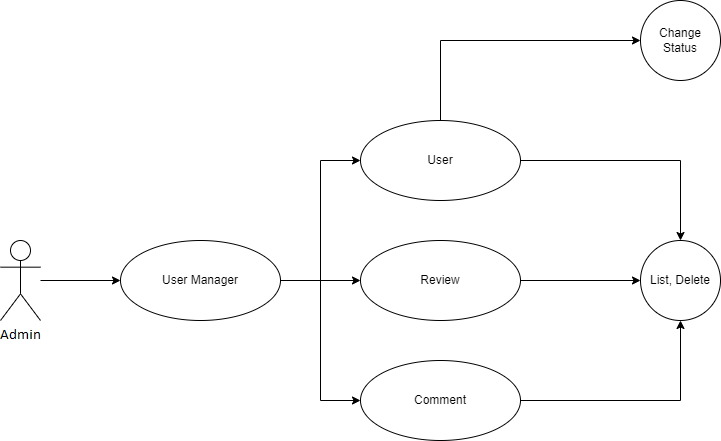
Above: Document/Use_Case_Admin/Use_Case_UserManager.png in Kutelata/DoAnTotNghiep (draw.io), before the change. Source tidied: cells renumbered, new cells last; positions are measured from the earlier drawing's top-left corner, leaving out a move shared by most shapes. Source of this version:
```xml
<mxGraphModel>
  <root>
    <mxCell id="0" />
    <mxCell id="1" parent="0" />
    <mxCell id="2" style="edgeStyle=orthogonalEdgeStyle;rounded=0;jettySize=auto;html=1;entryX=0;entryY=0.5;entryDx=0;entryDy=0;" parent="1" edge="1" source="3" target="10">
      <mxGeometry relative="1" as="geometry" />
    </mxCell>
    <mxCell id="3" value="User" style="shape=umlActor;verticalLabelPosition=bottom;verticalAlign=top;html=1;outlineConnect=0;" parent="1" vertex="1">
      <mxGeometry y="240" width="40" height="80" as="geometry" />
    </mxCell>
    <mxCell id="4" style="edgeStyle=orthogonalEdgeStyle;rounded=0;jettySize=auto;html=1;" parent="1" edge="1" source="6" target="15">
      <mxGeometry relative="1" as="geometry" />
    </mxCell>
    <mxCell id="5" style="edgeStyle=orthogonalEdgeStyle;rounded=0;jettySize=auto;html=1;entryX=0;entryY=0.5;entryDx=0;entryDy=0;exitX=0.5;exitY=0;exitDx=0;exitDy=0;" parent="1" edge="1" source="6" target="16">
      <mxGeometry relative="1" as="geometry" />
    </mxCell>
    <mxCell id="6" value="User" style="ellipse;whiteSpace=wrap;html=1;" parent="1" vertex="1">
      <mxGeometry x="360" y="120" width="160" height="80" as="geometry" />
    </mxCell>
    <mxCell id="7" style="edgeStyle=orthogonalEdgeStyle;rounded=0;jettySize=auto;html=1;entryX=0;entryY=0.5;entryDx=0;entryDy=0;" parent="1" edge="1" source="10" target="6">
      <mxGeometry relative="1" as="geometry" />
    </mxCell>
    <mxCell id="8" style="edgeStyle=orthogonalEdgeStyle;rounded=0;jettySize=auto;html=1;entryX=0;entryY=0.5;entryDx=0;entryDy=0;" parent="1" edge="1" source="10" target="12">
      <mxGeometry relative="1" as="geometry" />
    </mxCell>
    <mxCell id="9" style="edgeStyle=orthogonalEdgeStyle;rounded=0;jettySize=auto;html=1;entryX=0;entryY=0.5;entryDx=0;entryDy=0;" parent="1" edge="1" source="10" target="14">
      <mxGeometry relative="1" as="geometry" />
    </mxCell>
    <mxCell id="10" value="User Manager" style="ellipse;whiteSpace=wrap;html=1;" parent="1" vertex="1">
      <mxGeometry x="120" y="240" width="160" height="80" as="geometry" />
    </mxCell>
    <mxCell id="11" style="edgeStyle=orthogonalEdgeStyle;rounded=0;jettySize=auto;html=1;entryX=0;entryY=0.5;entryDx=0;entryDy=0;" parent="1" edge="1" source="12" target="15">
      <mxGeometry relative="1" as="geometry" />
    </mxCell>
    <mxCell id="12" value="Review" style="ellipse;whiteSpace=wrap;html=1;" parent="1" vertex="1">
      <mxGeometry x="360" y="240" width="160" height="80" as="geometry" />
    </mxCell>
    <mxCell id="13" style="edgeStyle=orthogonalEdgeStyle;rounded=0;jettySize=auto;html=1;entryX=0.5;entryY=1;entryDx=0;entryDy=0;" parent="1" edge="1" source="14" target="15">
      <mxGeometry relative="1" as="geometry" />
    </mxCell>
    <mxCell id="14" value="Comment" style="ellipse;whiteSpace=wrap;html=1;" parent="1" vertex="1">
      <mxGeometry x="360" y="360" width="160" height="80" as="geometry" />
    </mxCell>
    <mxCell id="15" value="List, Delete" style="ellipse;whiteSpace=wrap;html=1;" parent="1" vertex="1">
      <mxGeometry x="640" y="240" width="80" height="80" as="geometry" />
    </mxCell>
    <mxCell id="16" value="Change Status" style="ellipse;whiteSpace=wrap;html=1;" parent="1" vertex="1">
      <mxGeometry x="640" width="80" height="80" as="geometry" />
    </mxCell>
  </root>
</mxGraphModel>
```
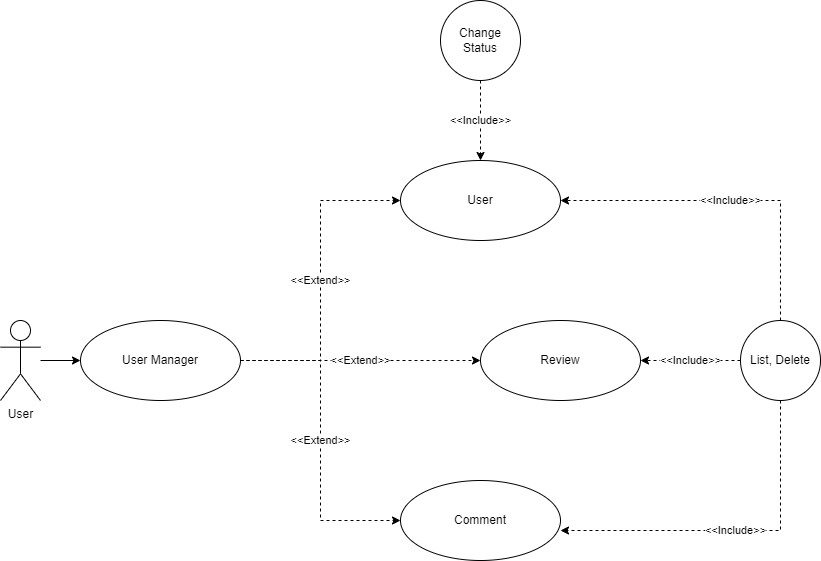
The same diagram one commit later.

What changed in the source:
```diff
@@ -2,50 +2,58 @@
   <root>
     <mxCell id="0" />
     <mxCell id="1" parent="0" />
-    <mxCell id="2" style="edgeStyle=orthogonalEdgeStyle;rounded=0;jettySize=auto;html=1;entryX=0;entryY=0.5;entryDx=0;entryDy=0;" parent="1" edge="1" source="3" target="10">
+    <mxCell id="2" style="edgeStyle=orthogonalEdgeStyle;rounded=0;jettySize=auto;html=1;" parent="1" edge="1" source="3" target="10">
       <mxGeometry relative="1" as="geometry" />
     </mxCell>
     <mxCell id="3" value="User" style="shape=umlActor;verticalLabelPosition=bottom;verticalAlign=top;html=1;outlineConnect=0;" parent="1" vertex="1">
-      <mxGeometry y="240" width="40" height="80" as="geometry" />
+      <mxGeometry x="-70" y="320" width="40" height="80" as="geometry" />
     </mxCell>
-    <mxCell id="4" style="edgeStyle=orthogonalEdgeStyle;rounded=0;jettySize=auto;html=1;" parent="1" edge="1" source="6" target="15">
-      <mxGeometry relative="1" as="geometry" />
-    </mxCell>
-    <mxCell id="5" style="edgeStyle=orthogonalEdgeStyle;rounded=0;jettySize=auto;html=1;entryX=0;entryY=0.5;entryDx=0;entryDy=0;exitX=0.5;exitY=0;exitDx=0;exitDy=0;" parent="1" edge="1" source="6" target="16">
-      <mxGeometry relative="1" as="geometry" />
-    </mxCell>
-    <mxCell id="6" value="User" style="ellipse;whiteSpace=wrap;html=1;" parent="1" vertex="1">
-      <mxGeometry x="360" y="120" width="160" height="80" as="geometry" />
-    </mxCell>
+    <mxCell id="8" value="&amp;lt;&amp;lt;Extend&amp;gt;&amp;gt;" style="edgeStyle=orthogonalEdgeStyle;rounded=0;jettySize=auto;html=1;dashed=1;" parent="1" edge="1" source="10" target="12">
+      <mxGeometry relative="1" as="geometry" />
+    </mxCell>
-    <mxCell id="7" style="edgeStyle=orthogonalEdgeStyle;rounded=0;jettySize=auto;html=1;entryX=0;entryY=0.5;entryDx=0;entryDy=0;" parent="1" edge="1" source="10" target="6">
+    <mxCell id="7" value="&amp;lt;&amp;lt;Extend&amp;gt;&amp;gt;" style="edgeStyle=orthogonalEdgeStyle;rounded=0;jettySize=auto;html=1;entryX=0;entryY=0.5;entryDx=0;entryDy=0;dashed=1;" parent="1" edge="1" source="10" target="6">
       <mxGeometry relative="1" as="geometry" />
     </mxCell>
-    <mxCell id="8" style="edgeStyle=orthogonalEdgeStyle;rounded=0;jettySize=auto;html=1;entryX=0;entryY=0.5;entryDx=0;entryDy=0;" parent="1" edge="1" source="10" target="12">
-      <mxGeometry relative="1" as="geometry" />
-    </mxCell>
-    <mxCell id="9" style="edgeStyle=orthogonalEdgeStyle;rounded=0;jettySize=auto;html=1;entryX=0;entryY=0.5;entryDx=0;entryDy=0;" parent="1" edge="1" source="10" target="14">
+    <mxCell id="9" value="&amp;lt;&amp;lt;Extend&amp;gt;&amp;gt;" style="edgeStyle=orthogonalEdgeStyle;rounded=0;jettySize=auto;html=1;entryX=0;entryY=0.5;entryDx=0;entryDy=0;dashed=1;" parent="1" edge="1" source="10" target="14">
       <mxGeometry relative="1" as="geometry" />
     </mxCell>
     <mxCell id="10" value="User Manager" style="ellipse;whiteSpace=wrap;html=1;" parent="1" vertex="1">
-      <mxGeometry x="120" y="240" width="160" height="80" as="geometry" />
+      <mxGeometry x="10" y="320" width="160" height="80" as="geometry" />
     </mxCell>
-    <mxCell id="11" style="edgeStyle=orthogonalEdgeStyle;rounded=0;jettySize=auto;html=1;entryX=0;entryY=0.5;entryDx=0;entryDy=0;" parent="1" edge="1" source="12" target="15">
-      <mxGeometry relative="1" as="geometry" />
-    </mxCell>
+    <mxCell id="14" value="Comment" style="ellipse;whiteSpace=wrap;html=1;" parent="1" vertex="1">
+      <mxGeometry x="330" y="480" width="160" height="80" as="geometry" />
+    </mxCell>
     <mxCell id="12" value="Review" style="ellipse;whiteSpace=wrap;html=1;" parent="1" vertex="1">
-      <mxGeometry x="360" y="240" width="160" height="80" as="geometry" />
+      <mxGeometry x="410" y="320" width="160" height="80" as="geometry" />
     </mxCell>
-    <mxCell id="13" style="edgeStyle=orthogonalEdgeStyle;rounded=0;jettySize=auto;html=1;entryX=0.5;entryY=1;entryDx=0;entryDy=0;" parent="1" edge="1" source="14" target="15">
-      <mxGeometry relative="1" as="geometry" />
-    </mxCell>
-    <mxCell id="14" value="Comment" style="ellipse;whiteSpace=wrap;html=1;" parent="1" vertex="1">
-      <mxGeometry x="360" y="360" width="160" height="80" as="geometry" />
-    </mxCell>
+    <mxCell id="6" value="User" style="ellipse;whiteSpace=wrap;html=1;" parent="1" vertex="1">
+      <mxGeometry x="330" y="160" width="160" height="80" as="geometry" />
+    </mxCell>
+    <mxCell id="17" value="&amp;lt;&amp;lt;Include&amp;gt;&amp;gt;" style="edgeStyle=orthogonalEdgeStyle;rounded=0;jettySize=auto;html=1;dashed=1;" parent="1" edge="1" source="15" target="12">
+      <mxGeometry relative="1" as="geometry" />
+    </mxCell>
+    <mxCell id="18" value="&amp;lt;&amp;lt;Include&amp;gt;&amp;gt;" style="edgeStyle=orthogonalEdgeStyle;rounded=0;jettySize=auto;html=1;entryX=1;entryY=0.625;entryDx=0;entryDy=0;entryPerimeter=0;dashed=1;" parent="1" edge="1" source="15" target="14">
+      <mxGeometry relative="1" as="geometry">
+        <Array as="points">
+          <mxPoint x="710" y="530" />
+        </Array>
+      </mxGeometry>
+    </mxCell>
+    <mxCell id="19" value="&amp;lt;&amp;lt;Include&amp;gt;&amp;gt;" style="edgeStyle=orthogonalEdgeStyle;rounded=0;jettySize=auto;html=1;entryX=1;entryY=0.5;entryDx=0;entryDy=0;dashed=1;" parent="1" edge="1" source="15" target="6">
+      <mxGeometry relative="1" as="geometry">
+        <Array as="points">
+          <mxPoint x="710" y="200" />
+        </Array>
+      </mxGeometry>
+    </mxCell>
     <mxCell id="15" value="List, Delete" style="ellipse;whiteSpace=wrap;html=1;" parent="1" vertex="1">
-      <mxGeometry x="640" y="240" width="80" height="80" as="geometry" />
+      <mxGeometry x="670" y="320" width="80" height="80" as="geometry" />
     </mxCell>
+    <mxCell id="20" value="&amp;lt;&amp;lt;Include&amp;gt;&amp;gt;" style="edgeStyle=orthogonalEdgeStyle;rounded=0;jettySize=auto;html=1;entryX=0.5;entryY=0;entryDx=0;entryDy=0;dashed=1;" parent="1" edge="1" source="16" target="6">
+      <mxGeometry relative="1" as="geometry" />
+    </mxCell>
     <mxCell id="16" value="Change Status" style="ellipse;whiteSpace=wrap;html=1;" parent="1" vertex="1">
-      <mxGeometry x="640" width="80" height="80" as="geometry" />
+      <mxGeometry x="370" width="80" height="80" as="geometry" />
     </mxCell>
   </root>
 </mxGraphModel>
```
